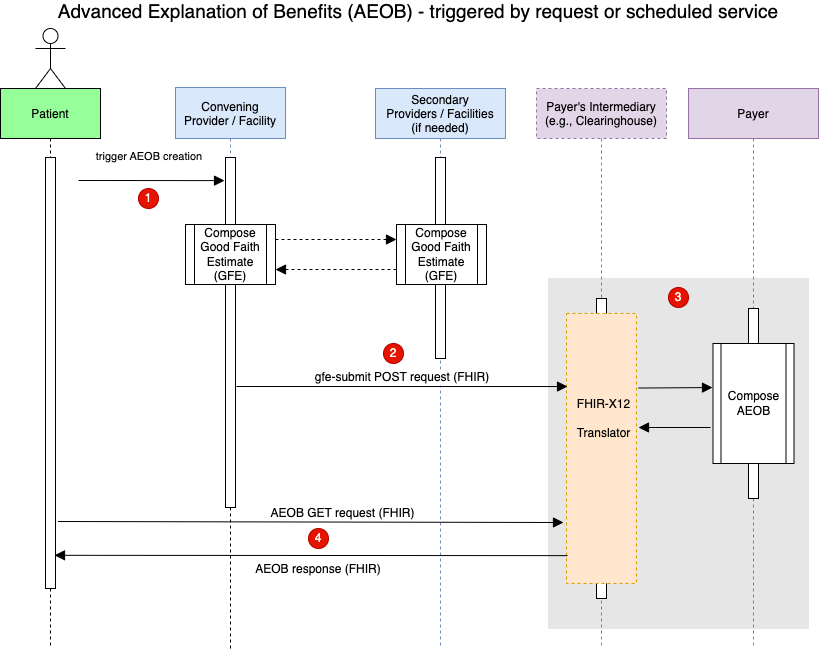
The draw.io diagram input/images/AEOB-interaction.drawio.png in HL7/davinci-pct, before a commit. Source tidied: cells renumbered, new cells last; positions are measured from the earlier drawing's top-left corner, leaving out a move shared by most shapes.
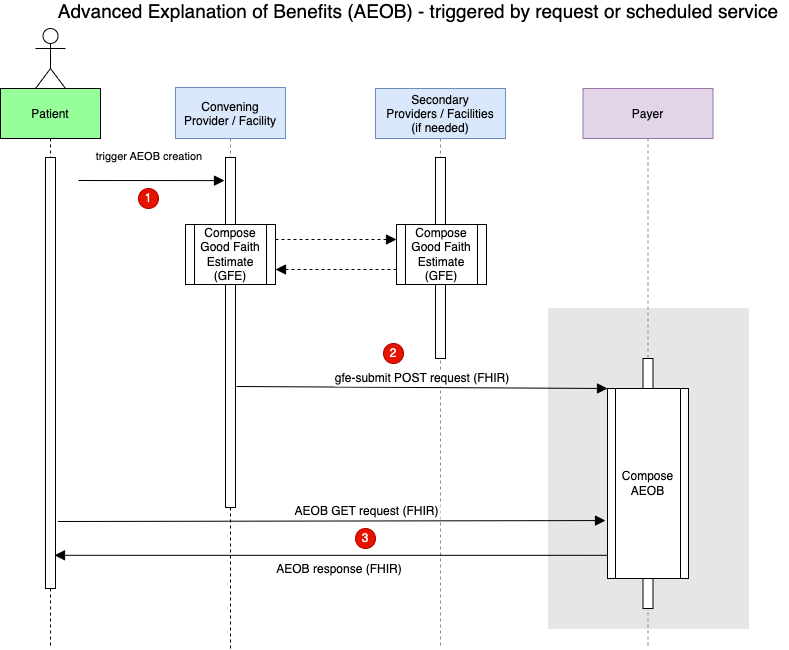
The same diagram one commit later.

Diff of the diagram source:
```diff
@@ -2,6 +2,9 @@
   <root>
     <mxCell id="0" />
     <mxCell id="1" parent="0" />
+    <mxCell id="23" style="perimeter=orthogonalPerimeter;rounded=0;shadow=0;strokeWidth=1;" parent="1" vertex="1">
+      <mxGeometry x="642.5" y="367" width="10" height="230" as="geometry" />
+    </mxCell>
     <mxCell id="2" value="Patient" style="shape=umlLifeline;perimeter=lifelinePerimeter;rounded=0;shadow=0;strokeWidth=1;fillColor=#96FF9A;size=50;" parent="1" vertex="1">
       <mxGeometry y="87" width="100" height="500" as="geometry" />
     </mxCell>
@@ -61,63 +64,32 @@
       <mxGeometry x="383" y="342" width="20" height="20" as="geometry" />
     </mxCell>
     <mxCell id="19" style="perimeter=orthogonalPerimeter;rounded=0;shadow=0;strokeWidth=1;fillColor=#E6E6E6;strokeColor=#E6E6E6;" parent="1" vertex="1">
-      <mxGeometry x="548" y="277" width="260" height="350" as="geometry" />
+      <mxGeometry x="548" y="307" width="200" height="320" as="geometry" />
     </mxCell>
-    <mxCell id="20" value="Payer's Intermediary&#10;(e.g., Clearinghouse)" style="shape=umlLifeline;perimeter=lifelinePerimeter;rounded=0;shadow=0;strokeWidth=1;fillColor=#e1d5e7;strokeColor=#9673a6;dashed=1;size=50;" parent="1" vertex="1">
-      <mxGeometry x="536" y="87" width="130" height="560" as="geometry" />
-    </mxCell>
-    <mxCell id="21" style="perimeter=orthogonalPerimeter;rounded=0;shadow=0;strokeWidth=1;" parent="20" vertex="1">
-      <mxGeometry x="60" y="210" width="10" height="300" as="geometry" />
-    </mxCell>
     <mxCell id="22" value="Payer" style="shape=umlLifeline;perimeter=lifelinePerimeter;rounded=0;shadow=0;strokeWidth=1;fillColor=#e1d5e7;strokeColor=#9673a6;size=50;" parent="1" vertex="1">
-      <mxGeometry x="688" y="87" width="130" height="560" as="geometry" />
+      <mxGeometry x="582.5" y="87" width="130" height="560" as="geometry" />
     </mxCell>
-    <mxCell id="23" style="perimeter=orthogonalPerimeter;rounded=0;shadow=0;strokeWidth=1;" parent="22" vertex="1">
-      <mxGeometry x="60" y="220" width="10" height="190" as="geometry" />
-    </mxCell>
-    <mxCell id="24" style="group;" parent="1" vertex="1">
-      <mxGeometry x="568" y="317" width="70" height="270" as="geometry" />
-    </mxCell>
-    <mxCell id="25" style="rounded=0;whiteSpace=wrap;html=1;fillColor=#ffe6cc;strokeColor=#d79b00;dashed=1;" parent="24" vertex="1">
-      <mxGeometry x="-2" y="-5.1" width="70" height="270" as="geometry" />
-    </mxCell>
-    <mxCell id="26" value="&lt;font style=&quot;font-size: 12px ; font-weight: normal&quot;&gt;FHIR-X12&lt;br&gt;Translator&lt;/font&gt;" style="text;strokeColor=none;fillColor=none;html=1;fontSize=24;fontStyle=1;verticalAlign=middle;align=center;" parent="24" vertex="1">
-      <mxGeometry y="51.2" width="70" height="90" as="geometry" />
-    </mxCell>
-    <mxCell id="27" value="Compose AEOB" style="shape=process;whiteSpace=wrap;html=1;backgroundOutline=1;" parent="1" vertex="1">
-      <mxGeometry x="712.5" y="342" width="81" height="120" as="geometry" />
-    </mxCell>
     <mxCell id="28" value="3" style="ellipse;whiteSpace=wrap;html=1;fillColor=#e51400;strokeColor=#B20000;fontColor=#ffffff;" parent="1" vertex="1">
-      <mxGeometry x="668" y="286" width="20" height="20" as="geometry" />
+      <mxGeometry x="355" y="527" width="20" height="20" as="geometry" />
     </mxCell>
-    <mxCell id="29" value="AEOB response (FHIR)" style="verticalAlign=bottom;endArrow=block;endSize=8;shadow=0;strokeWidth=1;endFill=1;entryX=0.9;entryY=0.923;entryDx=0;entryDy=0;entryPerimeter=0;exitX=0.014;exitY=0.897;exitDx=0;exitDy=0;exitPerimeter=0;fontSize=12;" parent="1" edge="1" source="25" target="3">
+    <mxCell id="29" value="AEOB response (FHIR)" style="verticalAlign=bottom;endArrow=block;endSize=8;shadow=0;strokeWidth=1;endFill=1;entryX=0.9;entryY=0.923;entryDx=0;entryDy=0;entryPerimeter=0;exitX=0.012;exitY=0.878;exitDx=0;exitDy=0;exitPerimeter=0;fontSize=12;" parent="1" edge="1" source="27" target="3">
       <mxGeometry x="-0.03" y="23" relative="1" as="geometry" />
     </mxCell>
-    <mxCell id="30" value="gfe-submit POST request (FHIR)" style="verticalAlign=bottom;endArrow=block;shadow=0;strokeWidth=1;entryX=-0.014;entryY=0.388;entryDx=0;entryDy=0;entryPerimeter=0;endSize=8;fontSize=12;" parent="1" edge="1">
+    <mxCell id="30" value="gfe-submit POST request (FHIR)" style="verticalAlign=bottom;endArrow=block;shadow=0;strokeWidth=1;entryX=0;entryY=0;entryDx=0;entryDy=0;endSize=8;fontSize=12;" parent="1" edge="1" target="27">
       <mxGeometry relative="1" as="geometry">
         <mxPoint x="236" y="385" as="sourcePoint" />
-        <mxPoint x="567" y="385" as="targetPoint" />
       </mxGeometry>
     </mxCell>
-    <mxCell id="31" style="verticalAlign=bottom;endArrow=block;shadow=0;strokeWidth=1;labelBackgroundColor=none;entryX=-0.006;entryY=0.367;entryDx=0;entryDy=0;entryPerimeter=0;endSize=8;" parent="1" edge="1" target="27">
-      <mxGeometry x="0.08" y="8" relative="1" as="geometry">
-        <mxPoint x="638" y="386.5" as="sourcePoint" />
-      </mxGeometry>
-    </mxCell>
-    <mxCell id="32" style="verticalAlign=bottom;endArrow=block;shadow=0;strokeWidth=1;labelBackgroundColor=none;endSize=8;" parent="1" edge="1">
-      <mxGeometry x="0.02" y="-7" relative="1" as="geometry">
-        <mxPoint x="710" y="426" as="sourcePoint" />
-        <mxPoint x="638" y="426" as="targetPoint" />
-      </mxGeometry>
-    </mxCell>
-    <mxCell id="33" value="AEOB GET request (FHIR)" style="verticalAlign=bottom;endArrow=block;endSize=8;shadow=0;strokeWidth=1;endFill=1;fontSize=12;" parent="1" edge="1">
+    <mxCell id="33" value="AEOB GET request (FHIR)" style="verticalAlign=bottom;endArrow=block;endSize=8;shadow=0;strokeWidth=1;endFill=1;fontSize=12;entryX=-0.025;entryY=0.695;entryDx=0;entryDy=0;entryPerimeter=0;" parent="1" edge="1" target="27">
       <mxGeometry x="0.13" relative="1" as="geometry">
         <mxPoint x="57.5" y="520" as="sourcePoint" />
-        <mxPoint x="563" y="521" as="targetPoint" />
       </mxGeometry>
     </mxCell>
-    <mxCell id="34" value="4" style="ellipse;whiteSpace=wrap;html=1;fillColor=#e51400;strokeColor=#B20000;fontColor=#ffffff;" parent="1" vertex="1">
-      <mxGeometry x="308" y="527" width="20" height="20" as="geometry" />
-    </mxCell>
+    <mxCell id="35" style="perimeter=orthogonalPerimeter;rounded=0;shadow=0;strokeWidth=1;" parent="1" vertex="1">
+      <mxGeometry x="642.5" y="357" width="10" height="250" as="geometry" />
+    </mxCell>
+    <mxCell id="27" value="Compose AEOB" style="shape=process;whiteSpace=wrap;html=1;backgroundOutline=1;" parent="1" vertex="1">
+      <mxGeometry x="607" y="387" width="81" height="190" as="geometry" />
+    </mxCell>
   </root>
 </mxGraphModel>
```
